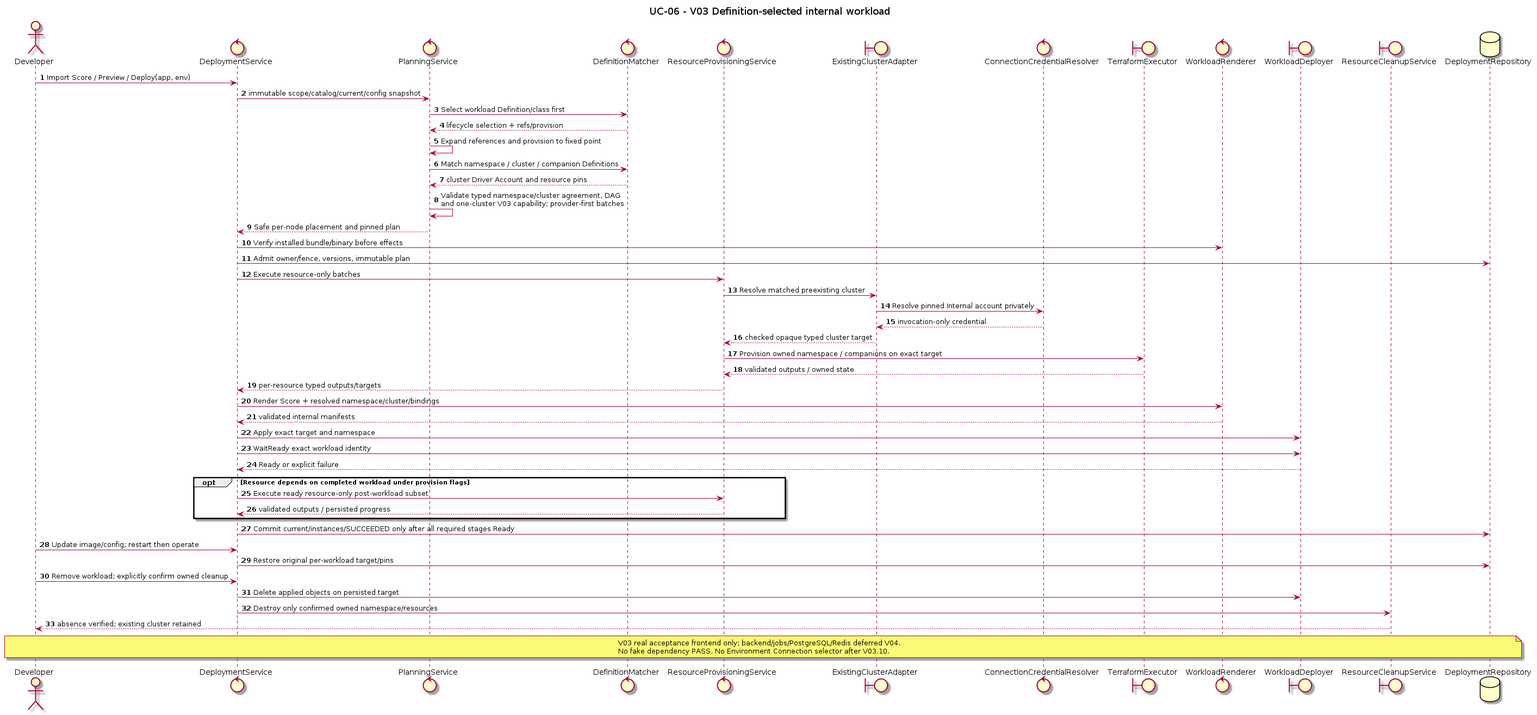
Earlier version of the PlantUML export orchestrator_docs/usecase/UC-06/sequence-internal.png (pr3s3nt/poc). Its source is kept beside it as orchestrator_docs/usecase/UC-06/sequence-internal.puml.
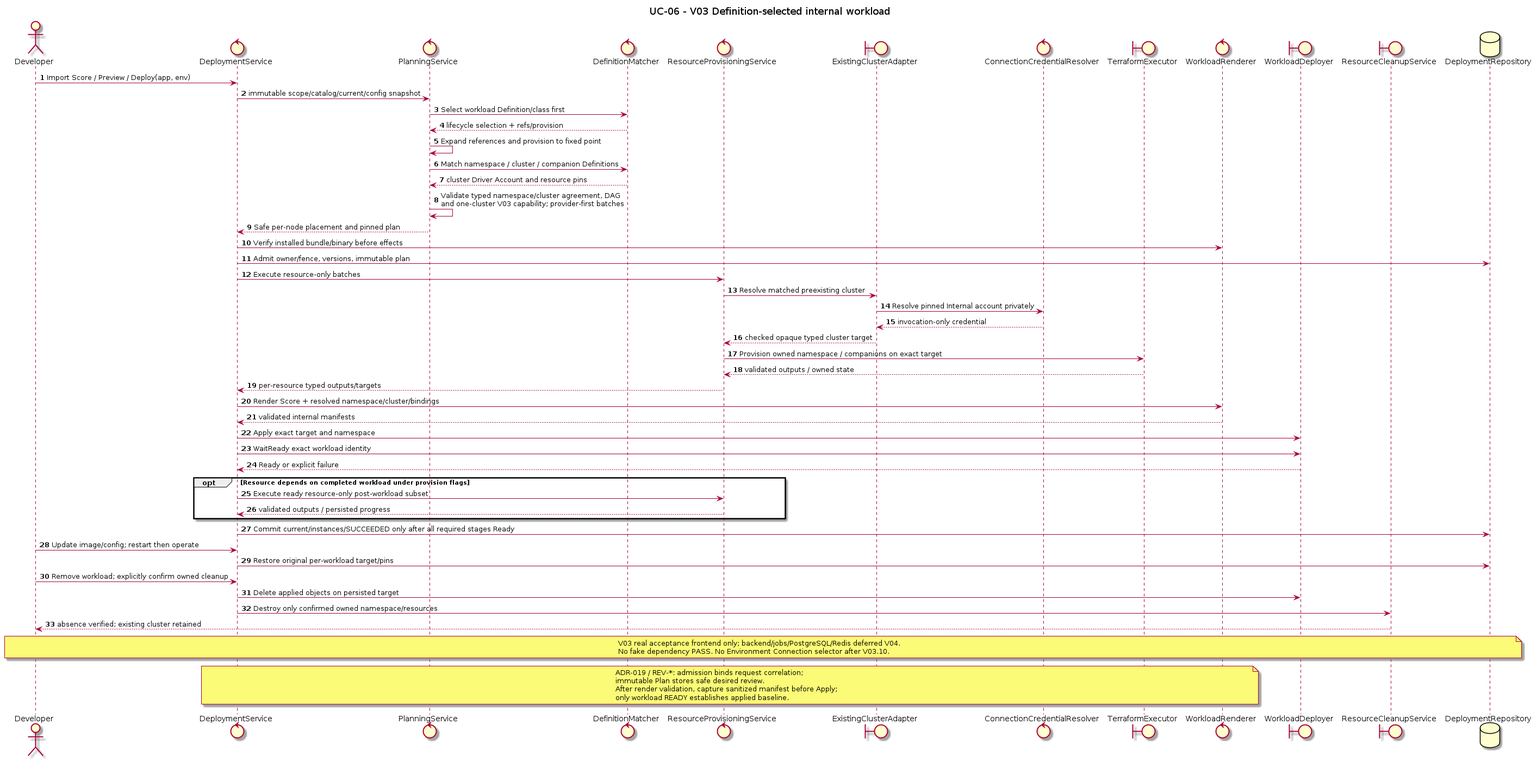
After the change.

The edit, as a diff of the source:
```diff
@@ -52,4 +52,10 @@
 V03 real acceptance frontend only; backend/jobs/PostgreSQL/Redis deferred V04.
 No fake dependency PASS. No Environment Connection selector after V03.10.
 end note
+note over Service, Renderer
+ADR-019 / REV-*: admission binds request correlation;
+immutable Plan stores safe desired review.
+After render validation, capture sanitized manifest before Apply;
+only workload READY establishes applied baseline.
+end note
 @enduml
```
